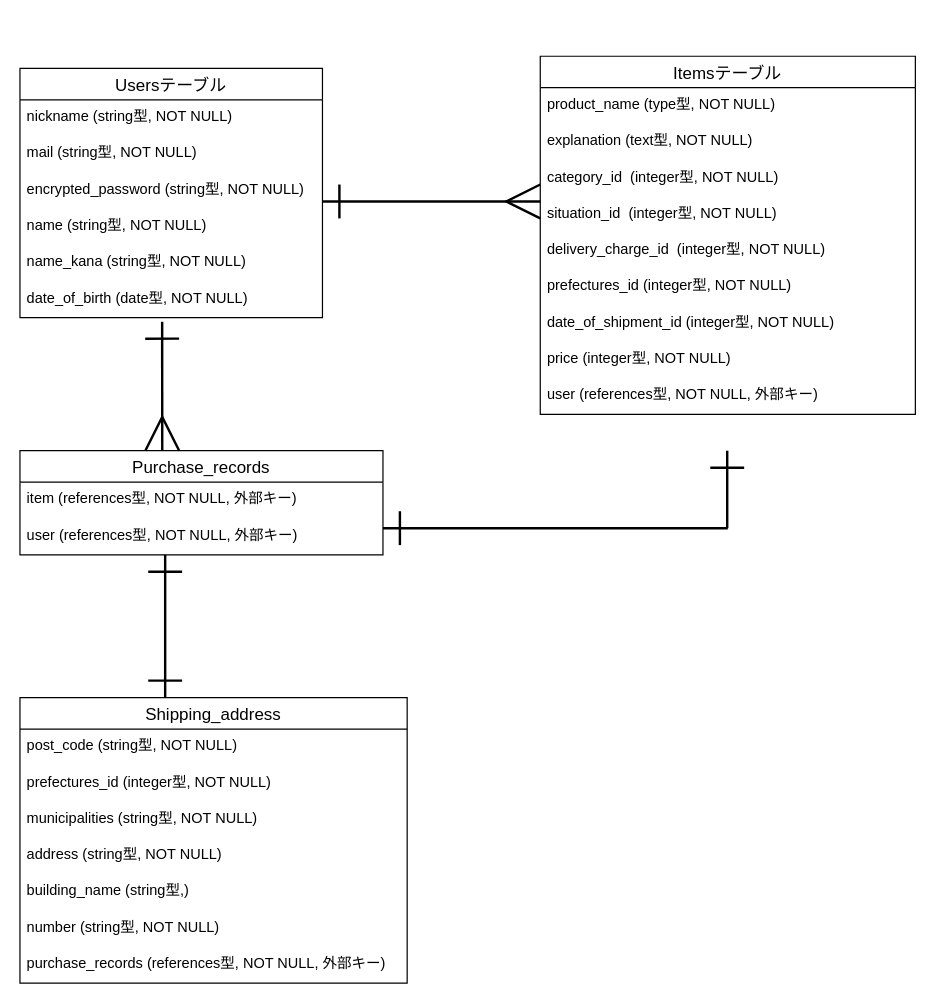
The draw.io diagram er.dio in TUGU617/furima-39351, before the edit. Source tidied: cells renumbered, new cells numbered last; positions are measured from the earlier drawing's top-left corner, leaving out a move shared by most shapes. Both pictures are drawn from the tidied source at 121%, with x=0, y=0 at pixel (19, 56).
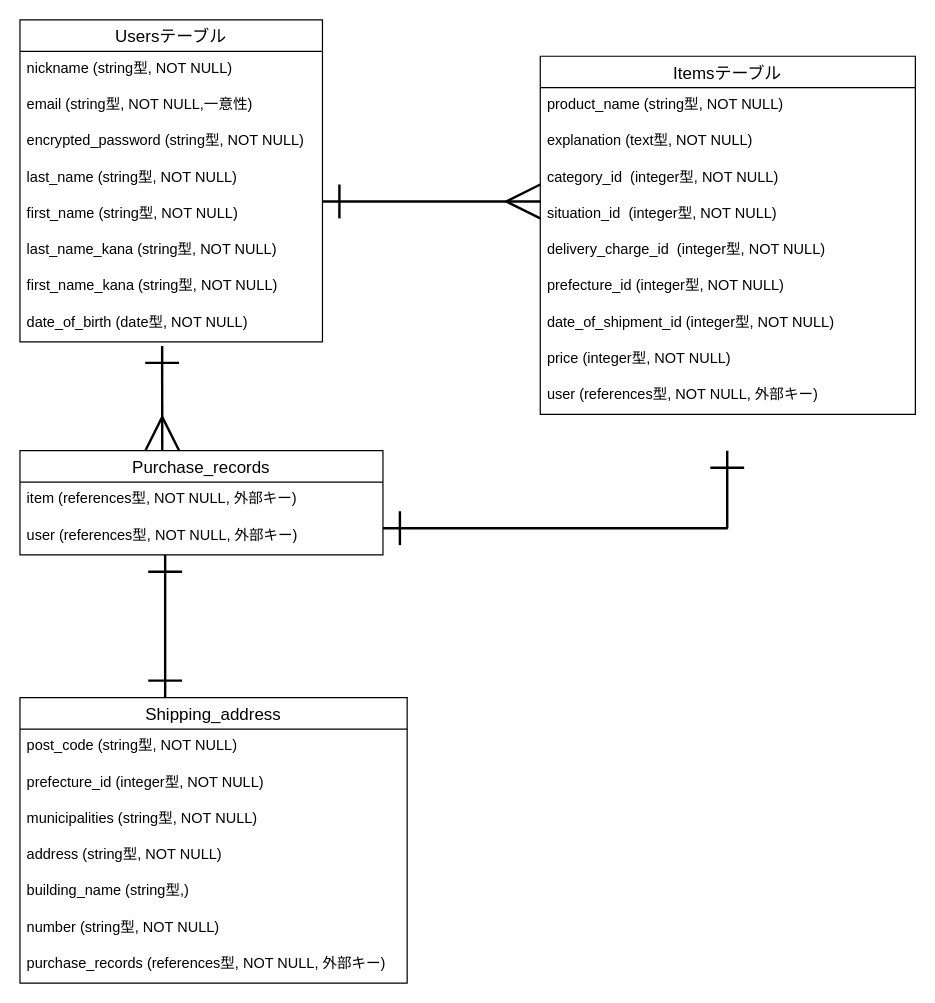
The same page after the edit.

Commit message (it also covers changes not shown here):
データベース設計3

The change refers to these unchanged cells:
```xml
<mxCell id="10" value="Itemsテーブル" style="swimlane;fontStyle=0;horizontal=1;startSize=26;align=center;fontSize=14;" parent="1" vertex="1">
  <mxGeometry x="430" width="310" height="296" as="geometry" />
</mxCell>
<mxCell id="23" value="Shipping_address" style="swimlane;fontStyle=0;horizontal=1;startSize=26;align=center;fontSize=14;" parent="1" vertex="1">
  <mxGeometry y="530" width="320" height="236" as="geometry" />
</mxCell>
```

Change to the diagram source:
```diff
@@
     <mxCell id="2" value="Usersテーブル" style="swimlane;fontStyle=0;horizontal=1;startSize=26;align=center;fontSize=14;" parent="1" vertex="1">
-      <mxGeometry y="10" width="250" height="206" as="geometry" />
+      <mxGeometry y="-30" width="250" height="266" as="geometry" />
     </mxCell>
@@
-    <mxCell id="4" value="mail (string型, NOT NULL)" style="text;strokeColor=none;fillColor=none;spacingLeft=4;spacingRight=4;overflow=hidden;fontSize=12;" parent="2" vertex="1">
+    <mxCell id="4" value="email (string型, NOT NULL,一意性)" style="text;strokeColor=none;fillColor=none;spacingLeft=4;spacingRight=4;overflow=hidden;fontSize=12;" parent="2" vertex="1">
       <mxGeometry y="56" width="250" height="30" as="geometry" />
     </mxCell>
@@
-    <mxCell id="6" value="name (string型, NOT NULL)" style="text;strokeColor=none;fillColor=none;spacingLeft=4;spacingRight=4;overflow=hidden;fontSize=12;" parent="2" vertex="1">
+    <mxCell id="6" value="last_name (string型, NOT NULL)" style="text;strokeColor=none;fillColor=none;spacingLeft=4;spacingRight=4;overflow=hidden;fontSize=12;" parent="2" vertex="1">
       <mxGeometry y="116" width="250" height="30" as="geometry" />
     </mxCell>
-    <mxCell id="7" value="name_kana (string型, NOT NULL)" style="text;strokeColor=none;fillColor=none;spacingLeft=4;spacingRight=4;overflow=hidden;fontSize=12;" parent="2" vertex="1">
-      <mxGeometry y="146" width="250" height="30" as="geometry" />
-    </mxCell>
+    <mxCell id="35" value="first_name (string型, NOT NULL)" style="text;strokeColor=none;fillColor=none;spacingLeft=4;spacingRight=4;overflow=hidden;fontSize=12;" parent="2" vertex="1">
+      <mxGeometry y="146" width="250" height="30" as="geometry" />
+    </mxCell>
+    <mxCell id="36" value="last_name_kana (string型, NOT NULL)" style="text;strokeColor=none;fillColor=none;spacingLeft=4;spacingRight=4;overflow=hidden;fontSize=12;" parent="2" vertex="1">
+      <mxGeometry y="176" width="250" height="30" as="geometry" />
+    </mxCell>
+    <mxCell id="37" value="first_name_kana (string型, NOT NULL)" style="text;strokeColor=none;fillColor=none;spacingLeft=4;spacingRight=4;overflow=hidden;fontSize=12;" parent="2" vertex="1">
+      <mxGeometry y="206" width="250" height="30" as="geometry" />
+    </mxCell>
     <mxCell id="8" value="date_of_birth (date型, NOT NULL)" style="text;strokeColor=none;fillColor=none;spacingLeft=4;spacingRight=4;overflow=hidden;points=[[0,0.5],[1,0.5]];portConstraint=eastwest;fontSize=12;" parent="2" vertex="1">
-      <mxGeometry y="176" width="250" height="30" as="geometry" />
+      <mxGeometry y="236" width="250" height="30" as="geometry" />
     </mxCell>
@@
-    <mxCell id="11" value="product_name (type型, NOT NULL)" style="text;strokeColor=none;fillColor=none;spacingLeft=4;spacingRight=4;overflow=hidden;fontSize=12;" parent="10" vertex="1">
+    <mxCell id="11" value="product_name (string型, NOT NULL)" style="text;strokeColor=none;fillColor=none;spacingLeft=4;spacingRight=4;overflow=hidden;fontSize=12;" parent="10" vertex="1">
       <mxGeometry y="26" width="310" height="30" as="geometry" />
     </mxCell>
@@
-    <mxCell id="16" value="prefectures_id (integer型, NOT NULL)" style="text;strokeColor=none;fillColor=none;spacingLeft=4;spacingRight=4;overflow=hidden;fontSize=12;" parent="10" vertex="1">
+    <mxCell id="16" value="prefecture_id (integer型, NOT NULL)" style="text;strokeColor=none;fillColor=none;spacingLeft=4;spacingRight=4;overflow=hidden;fontSize=12;" parent="10" vertex="1">
       <mxGeometry y="176" width="310" height="30" as="geometry" />
     </mxCell>
@@
-    <mxCell id="25" value="prefectures_id (integer型, NOT NULL)" style="text;strokeColor=none;fillColor=none;spacingLeft=4;spacingRight=4;overflow=hidden;fontSize=12;" parent="23" vertex="1">
+    <mxCell id="25" value="prefecture_id (integer型, NOT NULL)" style="text;strokeColor=none;fillColor=none;spacingLeft=4;spacingRight=4;overflow=hidden;fontSize=12;" parent="23" vertex="1">
       <mxGeometry y="56" width="320" height="30" as="geometry" />
     </mxCell>
```
